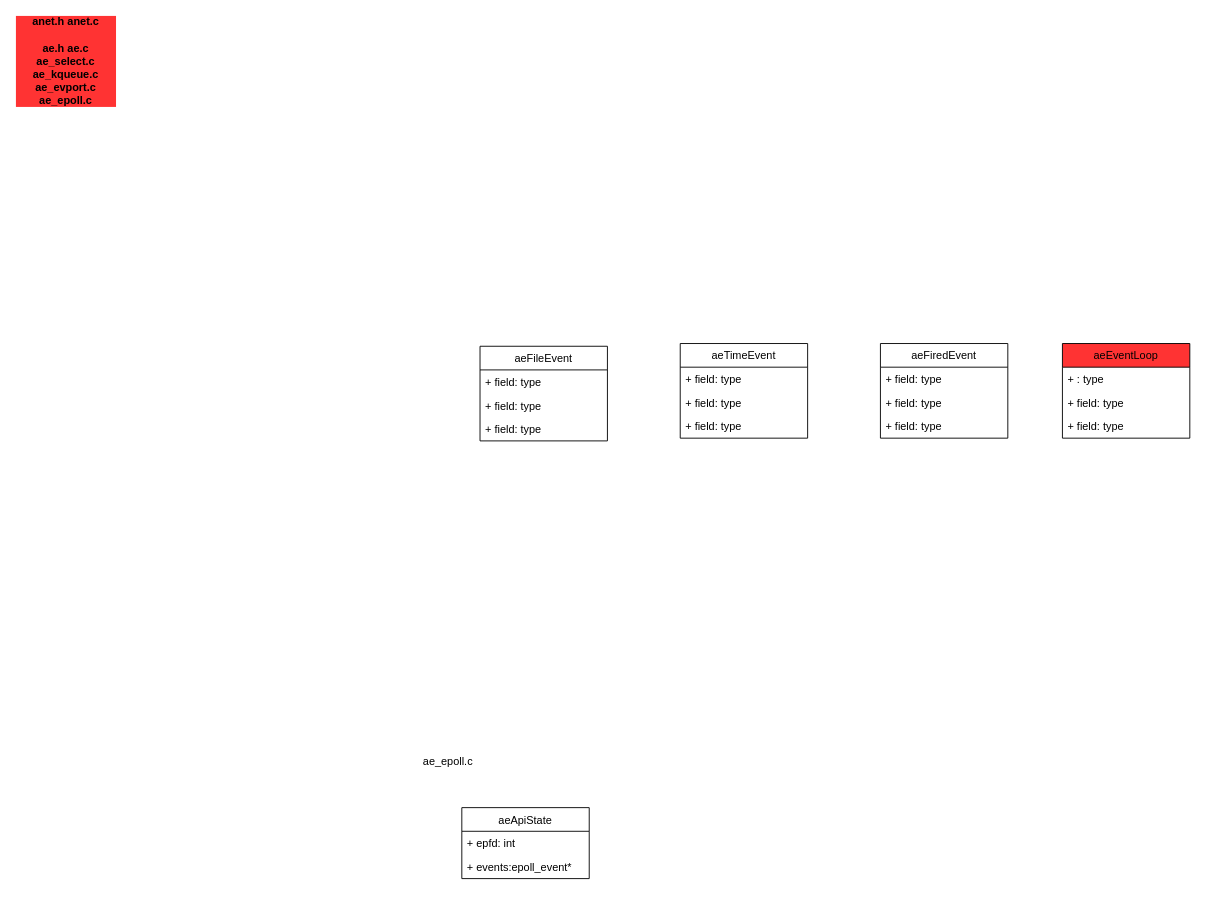
Earlier version of the draw.io diagram page "net & ae" (2 of 7) of redis.drawio (tadsimons/draw). Source tidied: cells renumbered, new cells numbered last; positions are measured from the earlier drawing's top-left corner, leaving out a move shared by most shapes. Both pictures are drawn from the tidied source at 91%, with x=0, y=0 at pixel (15, 15).
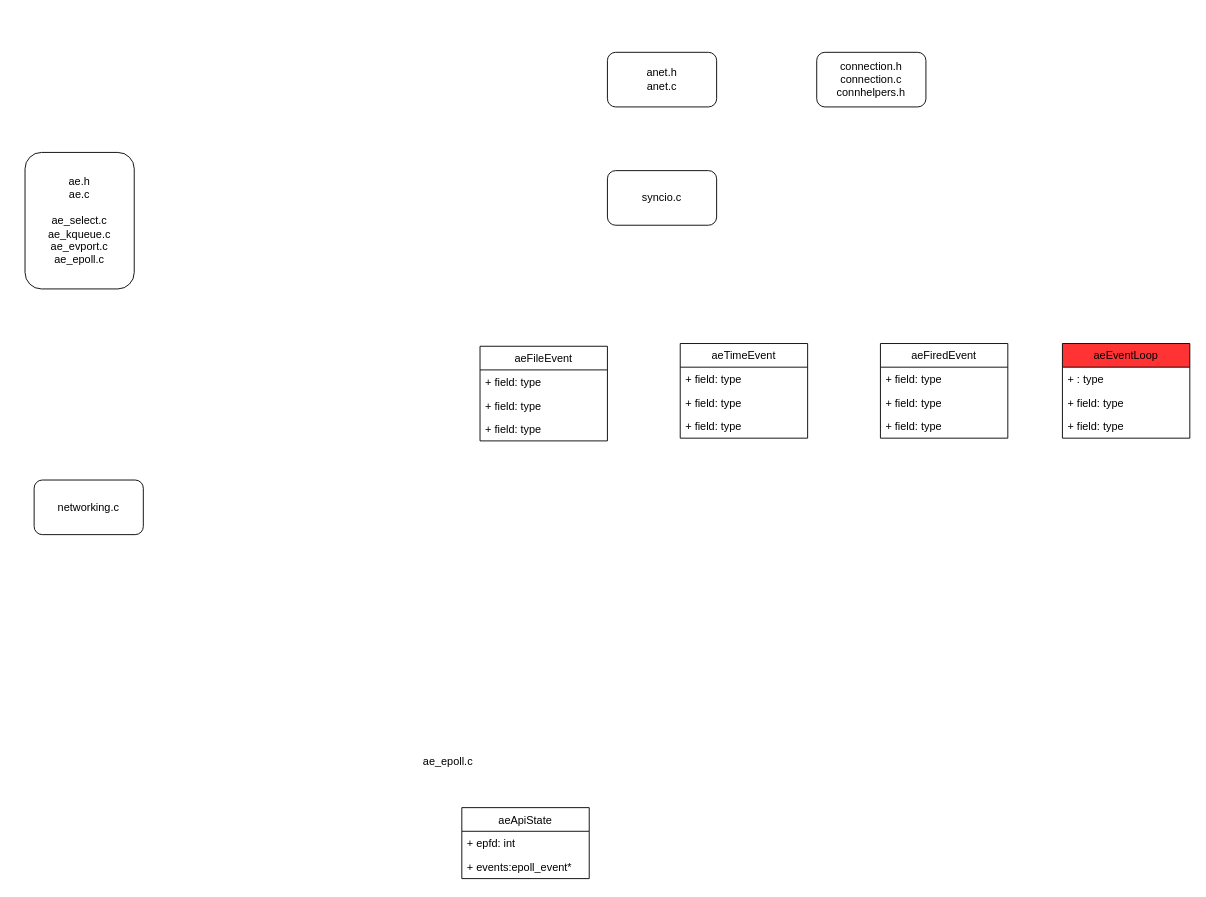
After the change.

Diff of the diagram source:
```diff
@@
-    <mxCell id="18" value="&lt;b&gt;anet.h anet.c&lt;br&gt;&lt;/b&gt;&lt;b&gt;&lt;br&gt;ae.h ae.c&lt;br&gt;ae_select.c&lt;br&gt;ae_kqueue.c&lt;br&gt;ae_evport.c&lt;br&gt;ae_epoll.c&lt;br&gt;&lt;/b&gt;" style="text;html=1;strokeColor=none;fillColor=#FF3333;align=center;verticalAlign=middle;whiteSpace=wrap;rounded=0;" parent="1" vertex="1">
-      <mxGeometry width="110" height="100" as="geometry" />
-    </mxCell>
@@
+    <mxCell id="23" value="anet.h&lt;br&gt;anet.c" style="rounded=1;whiteSpace=wrap;html=1;strokeColor=#000000;fillColor=#FFFFFF;" parent="1" vertex="1">
+      <mxGeometry x="650" y="40" width="120" height="60" as="geometry" />
+    </mxCell>
+    <mxCell id="24" value="ae.h&lt;br&gt;ae.c&lt;br&gt;&lt;br&gt;ae_select.c&lt;br&gt;ae_kqueue.c&lt;br&gt;ae_evport.c&lt;br&gt;ae_epoll.c&lt;br&gt;" style="rounded=1;whiteSpace=wrap;html=1;strokeColor=#000000;fillColor=#FFFFFF;" parent="1" vertex="1">
+      <mxGeometry x="10" y="150" width="120" height="150" as="geometry" />
+    </mxCell>
+    <mxCell id="25" value="networking.c" style="rounded=1;whiteSpace=wrap;html=1;strokeColor=#000000;fillColor=#FFFFFF;" parent="1" vertex="1">
+      <mxGeometry x="20" y="510" width="120" height="60" as="geometry" />
+    </mxCell>
+    <mxCell id="26" value="connection.h&lt;br&gt;connection.c&lt;br&gt;connhelpers.h" style="rounded=1;whiteSpace=wrap;html=1;strokeColor=#000000;fillColor=#FFFFFF;" parent="1" vertex="1">
+      <mxGeometry x="880" y="40" width="120" height="60" as="geometry" />
+    </mxCell>
+    <mxCell id="27" value="syncio.c" style="rounded=1;whiteSpace=wrap;html=1;strokeColor=#000000;fillColor=#FFFFFF;" parent="1" vertex="1">
+      <mxGeometry x="650" y="170" width="120" height="60" as="geometry" />
+    </mxCell>
```
